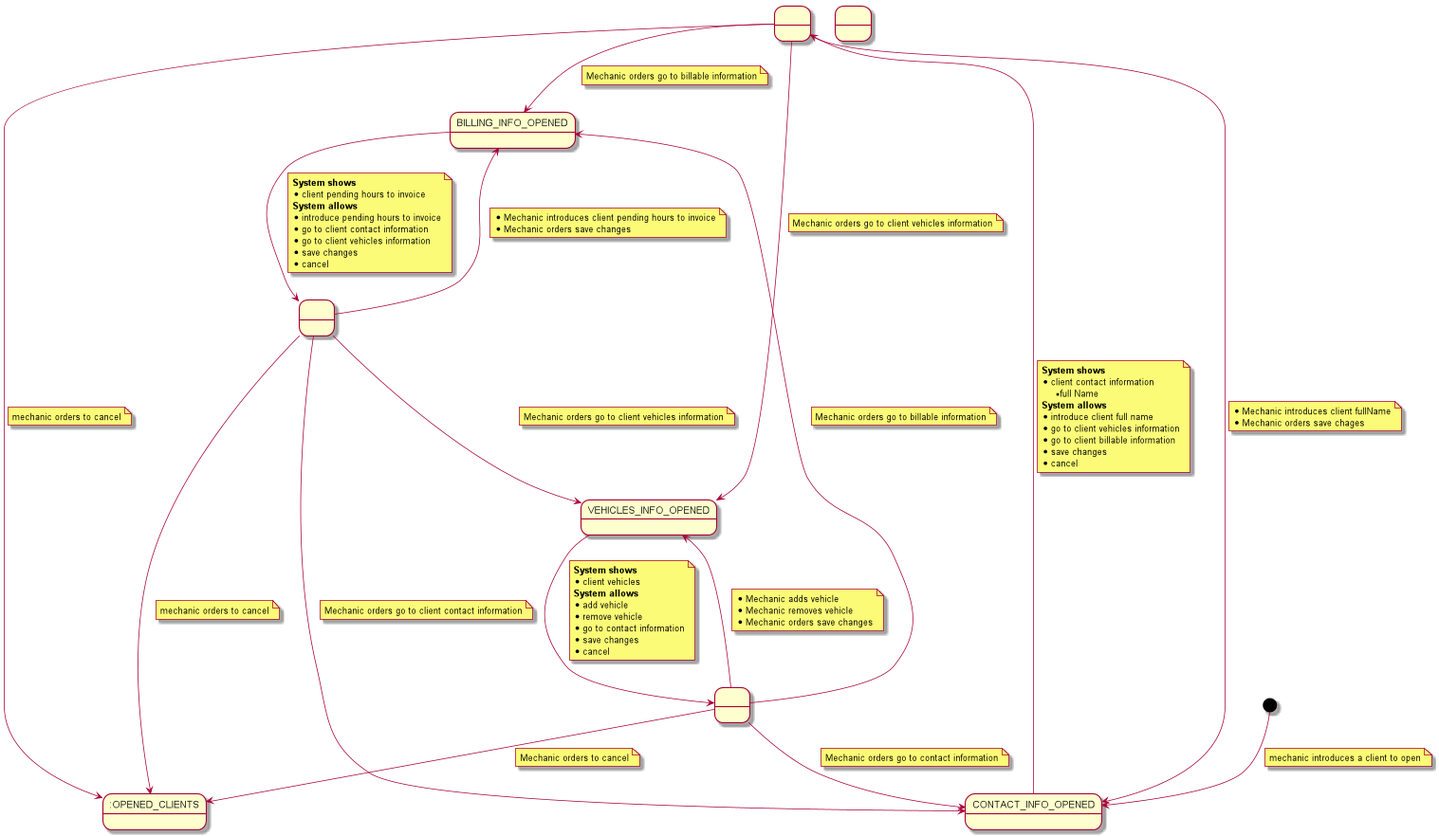
Above: documentation/1requiremets/usecases_specification/png/openClient.png in Ruskab/agrimManager (PlantUML), before the change. Its diagram source:
```plantuml
@startuml

state 0 as ":OPENED_CLIENTS"
state 1 as "CONTACT_INFO_OPENED"
state B1 as "BILLING_INFO_OPENED"
state A2 as "VEHICLES_INFO_OPENED"
state 2 as " "
state A3 as " "
state B2 as " "
state B3 as " "

[*] --> 1
note on link
    mechanic introduces a client to open
end note

1 --> 2
note on link
<b>System shows</b>
* client contact information
** full Name
<b>System allows</b>
* introduce client full name
* go to client vehicles information
* go to client billable information
* save changes
* cancel
end note

2 --> 1
note on link
* Mechanic introduces client fullName
* Mechanic orders save chages
end note

2 --> 0
note on link
mechanic orders to cancel
end note

2 --> A2
note on link
Mechanic orders go to client vehicles information
end note

2 --> B1
note on link
Mechanic orders go to billable information
end note

B1 --> B2
note on link
    <b>System shows</b>
    * client pending hours to invoice
    <b>System allows</b>
    * introduce pending hours to invoice
    * go to client contact information
    * go to client vehicles information
    * save changes
    * cancel
end note

B2 --> B1
note on link
* Mechanic introduces client pending hours to invoice
* Mechanic orders save changes
end note

B2 --> A2
note on link
 Mechanic orders go to client vehicles information
end note

B2 --> 1
note on link
 Mechanic orders go to client contact information
end note

B2 --> 0
note on link
mechanic orders to cancel
end note

A2 --> A3
note on link
    <b>System shows</b>
    * client vehicles
    <b>System allows</b>
    * add vehicle
    * remove vehicle
    * go to contact information
    * save changes
    * cancel
end note

A3 --> A2
note on link
* Mechanic adds vehicle
* Mechanic removes vehicle
* Mechanic orders save changes
end note

A3 --> B1
note on link
Mechanic orders go to billable information
end note

A3 --> 1
note on link
Mechanic orders go to contact information
end note

A3 --> 0
note on link
Mechanic orders to cancel
end note

@enduml
```
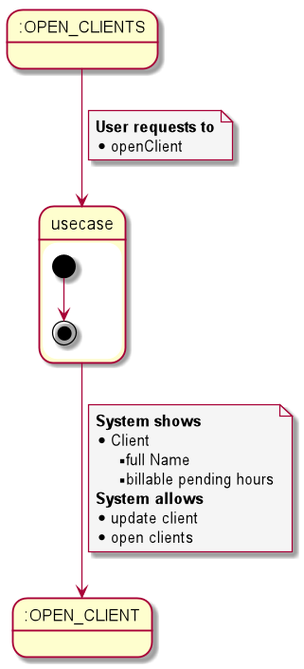
Later version of the same file.

Change to the diagram source:
```diff
@@ -1,118 +1,31 @@
 @startuml
+    skinparam {
+        NoteBackgroundColor #whiteSmoke
+    }
 
-state 0 as ":OPENED_CLIENTS"
-state 1 as "CONTACT_INFO_OPENED"
-state B1 as "BILLING_INFO_OPENED"
-state A2 as "VEHICLES_INFO_OPENED"
-state 2 as " "
-state A3 as " "
-state B2 as " "
-state B3 as " "
+state initstate as ":OPEN_CLIENTS"
+state usecase as "openClient"
+state endstate as ":OPEN_CLIENT"
 
-[*] --> 1
+initstate --> usecase
 note on link
-    mechanic introduces a client to open
+<b>User requests to</b>
+* openClient
 end note
 
-1 --> 2
+state usecase {
+    [*] --> [*]
+}
+
+usecase --> endstate
 note on link
 <b>System shows</b>
-* client contact information
+* Client
 ** full Name
+** billable pending hours
 <b>System allows</b>
-* introduce client full name
-* go to client vehicles information
-* go to client billable information
-* save changes
-* cancel
-end note
-
-2 --> 1
-note on link
-* Mechanic introduces client fullName
-* Mechanic orders save chages
-end note
-
-2 --> 0
-note on link
-mechanic orders to cancel
-end note
-
-2 --> A2
-note on link
-Mechanic orders go to client vehicles information
-end note
-
-2 --> B1
-note on link
-Mechanic orders go to billable information
-end note
-
-B1 --> B2
-note on link
-    <b>System shows</b>
-    * client pending hours to invoice
-    <b>System allows</b>
-    * introduce pending hours to invoice
-    * go to client contact information
-    * go to client vehicles information
-    * save changes
-    * cancel
-end note
-
-B2 --> B1
-note on link
-* Mechanic introduces client pending hours to invoice
-* Mechanic orders save changes
-end note
-
-B2 --> A2
-note on link
- Mechanic orders go to client vehicles information
-end note
-
-B2 --> 1
-note on link
- Mechanic orders go to client contact information
-end note
-
-B2 --> 0
-note on link
-mechanic orders to cancel
-end note
-
-A2 --> A3
-note on link
-    <b>System shows</b>
-    * client vehicles
-    <b>System allows</b>
-    * add vehicle
-    * remove vehicle
-    * go to contact information
-    * save changes
-    * cancel
-end note
-
-A3 --> A2
-note on link
-* Mechanic adds vehicle
-* Mechanic removes vehicle
-* Mechanic orders save changes
-end note
-
-A3 --> B1
-note on link
-Mechanic orders go to billable information
-end note
-
-A3 --> 1
-note on link
-Mechanic orders go to contact information
-end note
-
-A3 --> 0
-note on link
-Mechanic orders to cancel
+* update client
+* open clients
 end note
 
 @enduml
```
